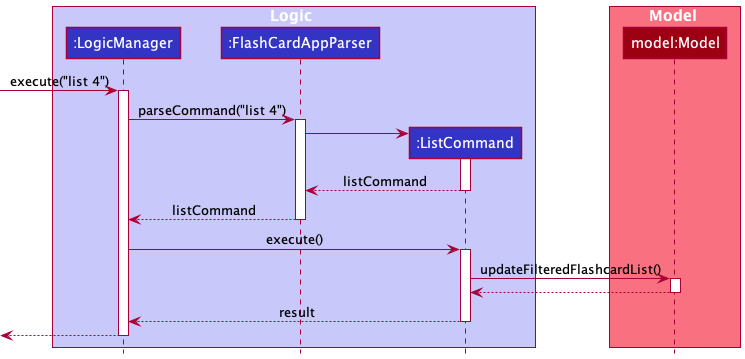
This is docs/images/ListSequenceDiagram.png from sharmainec/tp, a PlantUML export, as it was before one commit. The source it was exported from:
```plantuml
@startuml
!include style.puml

box Logic LOGIC_COLOR_T1
participant ":LogicManager" as LogicManager LOGIC_COLOR
participant ":FlashCardAppParser" as FlashCardAppParser LOGIC_COLOR
participant ":ListCommand" as ListCommand LOGIC_COLOR
end box

box Model MODEL_COLOR_T1
participant "model:Model" as Model MODEL_COLOR
end box

[-> LogicManager : execute("list 4")
activate LogicManager

LogicManager -> FlashCardAppParser : parseCommand("list 4")
activate FlashCardAppParser

create ListCommand
FlashCardAppParser -> ListCommand
activate ListCommand

ListCommand --> FlashCardAppParser : listCommand
deactivate ListCommand

FlashCardAppParser --> LogicManager : listCommand
deactivate FlashCardAppParser

LogicManager -> ListCommand : execute()
activate ListCommand

ListCommand -> Model : updateFilteredFlashcardList()
activate Model

Model --> ListCommand
deactivate Model

ListCommand --> LogicManager : result
deactivate ListCommand

[<--LogicManager
deactivate LogicManager

@enduml
```
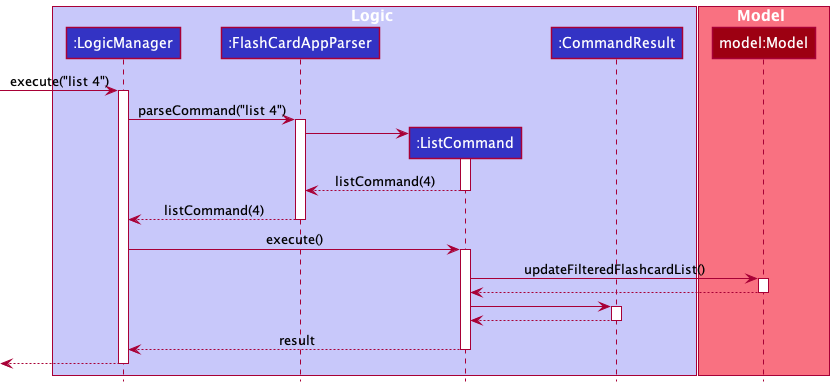
Later version of the same file.

The edit, as a diff of the source:
```diff
@@ -5,6 +5,7 @@
 participant ":LogicManager" as LogicManager LOGIC_COLOR
 participant ":FlashCardAppParser" as FlashCardAppParser LOGIC_COLOR
 participant ":ListCommand" as ListCommand LOGIC_COLOR
+participant ":CommandResult" as CommandResult LOGIC_COLOR
 end box
 
 box Model MODEL_COLOR_T1
@@ -21,10 +22,10 @@
 FlashCardAppParser -> ListCommand
 activate ListCommand
 
-ListCommand --> FlashCardAppParser : listCommand
+ListCommand --> FlashCardAppParser : listCommand(4)
 deactivate ListCommand
 
-FlashCardAppParser --> LogicManager : listCommand
+FlashCardAppParser --> LogicManager : listCommand(4)
 deactivate FlashCardAppParser
 
 LogicManager -> ListCommand : execute()
@@ -36,6 +37,12 @@
 Model --> ListCommand
 deactivate Model
 
+ListCommand -> CommandResult
+activate CommandResult
+
+CommandResult --> ListCommand
+deactivate CommandResult
+
 ListCommand --> LogicManager : result
 deactivate ListCommand
 
```
